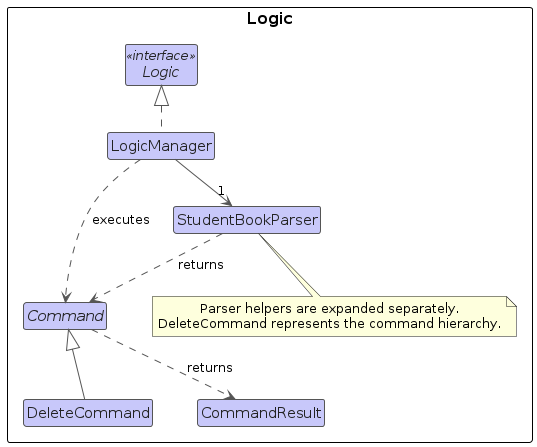
Before: diagrams/LogicClassDiagram.png, a diagram exported from PlantUML (AY2627S1-CS2103T-T16-1/tp). Its source is kept beside it as diagrams/LogicClassDiagram.puml.
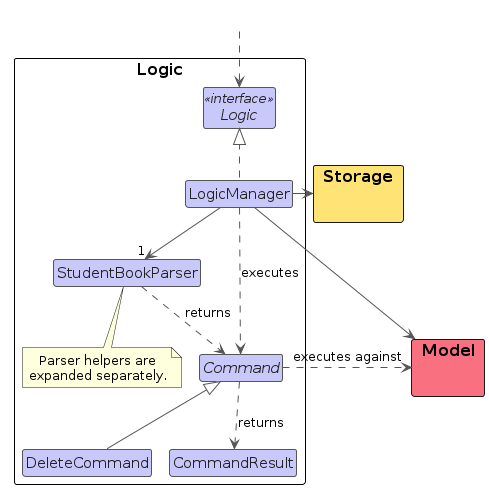
Above is the later version.

The edit, as a diff of the source:
```diff
@@ -1,5 +1,6 @@
 @startuml
 !include style.puml
+!pragma layout smetana
 skinparam classBackgroundColor LOGIC_COLOR_T1
 skinparam classFontColor #222222
 skinparam classStereotypeFontColor #222222
@@ -23,11 +24,22 @@
 LogicManager ..> Command : executes
 StudentBookParser ..> Command : returns
 DeleteCommand -up-|> Command
-Command ..> CommandResult : returns
+Command .down.> CommandResult : returns
+DeleteCommand -[hidden]right-> CommandResult
 
 note bottom of StudentBookParser
-  Parser helpers are expanded separately.
-  DeleteCommand represents the command hierarchy.
+  Parser helpers are
+  expanded separately.
 end note
 }
+
+class " " as Outside #transparent;line:transparent
+Outside ..> Logic
+package "Model" as ModelComponent MODEL_COLOR_T1 {
+}
+package "Storage" as StorageComponent STORAGE_COLOR_T1 {
+}
+LogicManager --> ModelComponent
+LogicManager -right-> StorageComponent
+Command ..right.> ModelComponent : executes against
 @enduml
```
